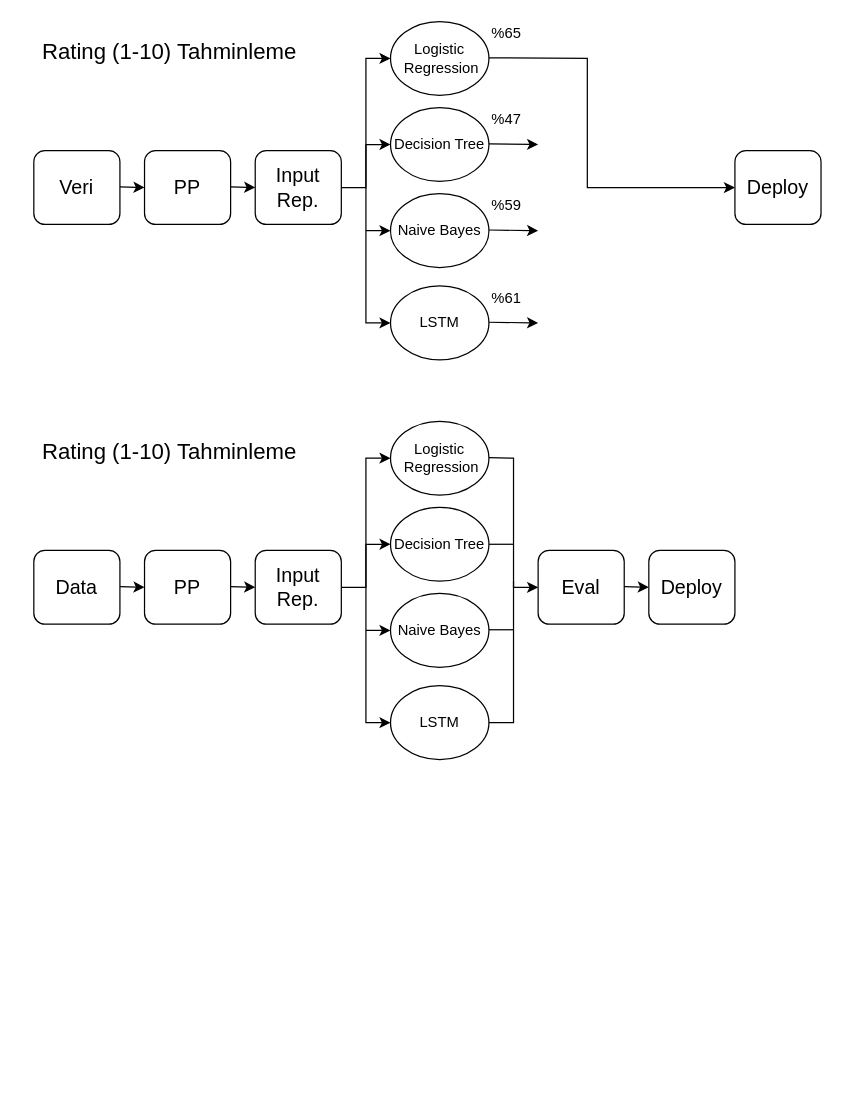
Before: gradProjectProcesses.drawio in EgehanEralp/diagrams, a draw.io diagram. Source tidied: cells renumbered, new cells numbered last; positions are measured from the earlier drawing's top-left corner, leaving out a move shared by most shapes. Both pictures are drawn from the tidied source at 123%, with x=0, y=0 at pixel (33, 21).
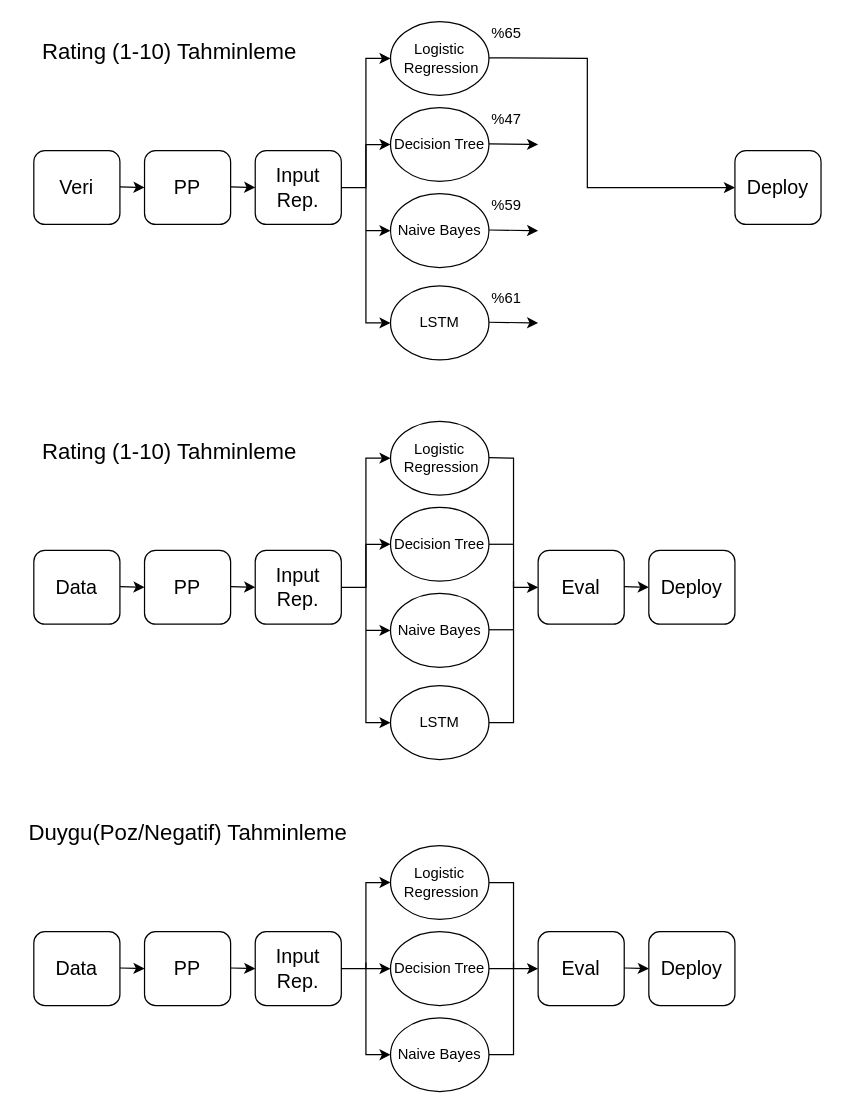
The same diagram, later.

Diff of the diagram source:
```diff
@@
+    <mxCell id="46" value="&lt;font size=&quot;3&quot;&gt;Data&lt;/font&gt;" style="rounded=1;whiteSpace=wrap;html=1;" parent="1" vertex="1">
+      <mxGeometry y="740" width="70" height="60" as="geometry" />
+    </mxCell>
+    <mxCell id="47" value="&lt;font size=&quot;3&quot;&gt;PP&lt;/font&gt;" style="rounded=1;whiteSpace=wrap;html=1;" parent="1" vertex="1">
+      <mxGeometry x="90" y="740" width="70" height="60" as="geometry" />
+    </mxCell>
+    <mxCell id="48" value="&lt;font size=&quot;3&quot;&gt;Input Rep.&lt;/font&gt;" style="rounded=1;whiteSpace=wrap;html=1;" parent="1" vertex="1">
+      <mxGeometry x="180" y="740" width="70" height="60" as="geometry" />
+    </mxCell>
+    <mxCell id="49" value="&lt;font style=&quot;font-size: 18px&quot;&gt;Duygu(Poz/Negatif) Tahminleme&lt;/font&gt;" style="text;html=1;align=center;verticalAlign=middle;strokeColor=none;" parent="1" vertex="1">
+      <mxGeometry x="-10" y="650" width="270" height="20" as="geometry" />
+    </mxCell>
+    <mxCell id="50" style="endArrow=classic;html=1;exitX=1;exitY=0.5;exitDx=0;exitDy=0;" parent="1" edge="1">
+      <mxGeometry relative="1" as="geometry">
+        <mxPoint x="160" y="769.5" as="sourcePoint" />
+        <mxPoint x="180" y="770" as="targetPoint" />
+      </mxGeometry>
+    </mxCell>
+    <mxCell id="51" style="endArrow=classic;html=1;exitX=1;exitY=0.5;exitDx=0;exitDy=0;" parent="1" edge="1">
+      <mxGeometry relative="1" as="geometry">
+        <mxPoint x="70" y="769.5" as="sourcePoint" />
+        <mxPoint x="90" y="770" as="targetPoint" />
+      </mxGeometry>
+    </mxCell>
+    <mxCell id="52" style="endArrow=classic;html=1;exitX=1;exitY=0.5;exitDx=0;exitDy=0;entryX=0;entryY=0.5;entryDx=0;entryDy=0;rounded=0;" parent="1" edge="1" target="53">
+      <mxGeometry relative="1" as="geometry">
+        <mxPoint x="250" y="770" as="sourcePoint" />
+        <Array as="points">
+          <mxPoint x="270" y="770" />
+        </Array>
+      </mxGeometry>
+    </mxCell>
+    <mxCell id="53" value="Decision Tree" style="ellipse;whiteSpace=wrap;html=1;" parent="1" vertex="1">
+      <mxGeometry x="290" y="740" width="80" height="60" as="geometry" />
+    </mxCell>
+    <mxCell id="54" value="Naive Bayes" style="ellipse;whiteSpace=wrap;html=1;" parent="1" vertex="1">
+      <mxGeometry x="290" y="810" width="80" height="60" as="geometry" />
+    </mxCell>
+    <mxCell id="55" value="Logistic &amp;nbsp;Regression" style="ellipse;whiteSpace=wrap;html=1;" parent="1" vertex="1">
+      <mxGeometry x="290" y="670" width="80" height="60" as="geometry" />
+    </mxCell>
+    <mxCell id="56" style="endArrow=classic;html=1;entryX=0;entryY=0.5;entryDx=0;entryDy=0;rounded=0;" parent="1" edge="1" target="54">
+      <mxGeometry relative="1" as="geometry">
+        <mxPoint x="270" y="765" as="sourcePoint" />
+        <Array as="points">
+          <mxPoint x="270" y="840" />
+        </Array>
+      </mxGeometry>
+    </mxCell>
+    <mxCell id="57" style="endArrow=classic;html=1;rounded=0;entryX=0;entryY=0.5;entryDx=0;entryDy=0;" parent="1" edge="1" target="55">
+      <mxGeometry relative="1" as="geometry">
+        <mxPoint x="270" y="770" as="sourcePoint" />
+        <Array as="points">
+          <mxPoint x="270" y="700" />
+        </Array>
+      </mxGeometry>
+    </mxCell>
+    <mxCell id="58" style="endArrow=classic;html=1;exitX=1;exitY=0.5;exitDx=0;exitDy=0;entryX=0;entryY=0.5;entryDx=0;entryDy=0;rounded=0;" parent="1" edge="1" source="55" target="59">
+      <mxGeometry relative="1" as="geometry">
+        <Array as="points">
+          <mxPoint x="390" y="700" />
+          <mxPoint x="390" y="770" />
+        </Array>
+      </mxGeometry>
+    </mxCell>
+    <mxCell id="59" value="&lt;font size=&quot;3&quot;&gt;Eval&lt;/font&gt;" style="rounded=1;whiteSpace=wrap;html=1;" parent="1" vertex="1">
+      <mxGeometry x="410" y="740" width="70" height="60" as="geometry" />
+    </mxCell>
+    <mxCell id="60" style="endArrow=none;html=1;exitX=1;exitY=0.5;exitDx=0;exitDy=0;" parent="1" edge="1" source="53">
+      <mxGeometry relative="1" as="geometry">
+        <mxPoint x="390" y="770" as="targetPoint" />
+      </mxGeometry>
+    </mxCell>
+    <mxCell id="61" style="endArrow=none;html=1;exitX=1;exitY=0.5;exitDx=0;exitDy=0;rounded=0;" parent="1" edge="1" source="54">
+      <mxGeometry relative="1" as="geometry">
+        <mxPoint x="390" y="765" as="targetPoint" />
+        <Array as="points">
+          <mxPoint x="390" y="840" />
+        </Array>
+      </mxGeometry>
+    </mxCell>
+    <mxCell id="62" value="&lt;font size=&quot;3&quot;&gt;Deploy&lt;/font&gt;" style="rounded=1;whiteSpace=wrap;html=1;" parent="1" vertex="1">
+      <mxGeometry x="500" y="740" width="70" height="60" as="geometry" />
+    </mxCell>
+    <mxCell id="63" style="endArrow=classic;html=1;exitX=1;exitY=0.5;exitDx=0;exitDy=0;" parent="1" edge="1">
+      <mxGeometry relative="1" as="geometry">
+        <mxPoint x="480" y="769.5" as="sourcePoint" />
+        <mxPoint x="500" y="770" as="targetPoint" />
+      </mxGeometry>
+    </mxCell>
```
